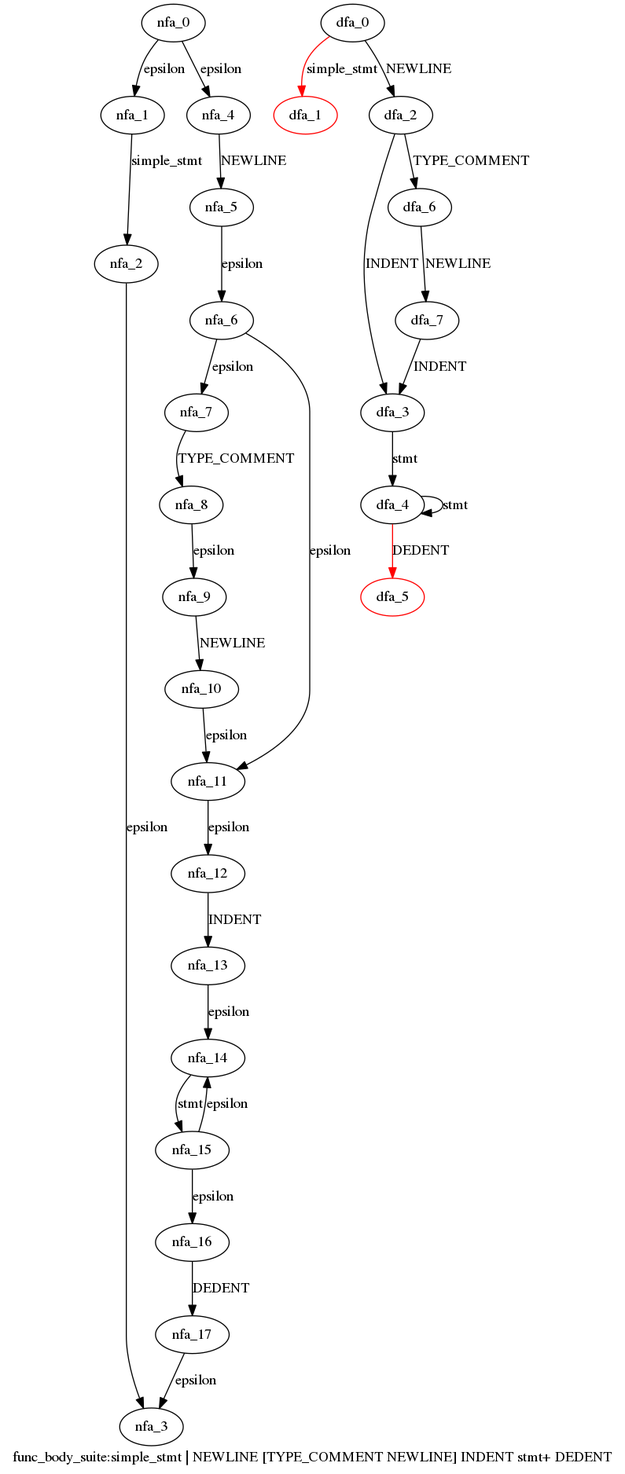
The Graphviz diagram cpython/grammar/handwrite/nfa_dfas/88.func_body_suite.dot.png in WinChua/blog, before a commit. Its source is kept beside it as cpython/grammar/handwrite/nfa_dfas/88.func_body_suite.dot.
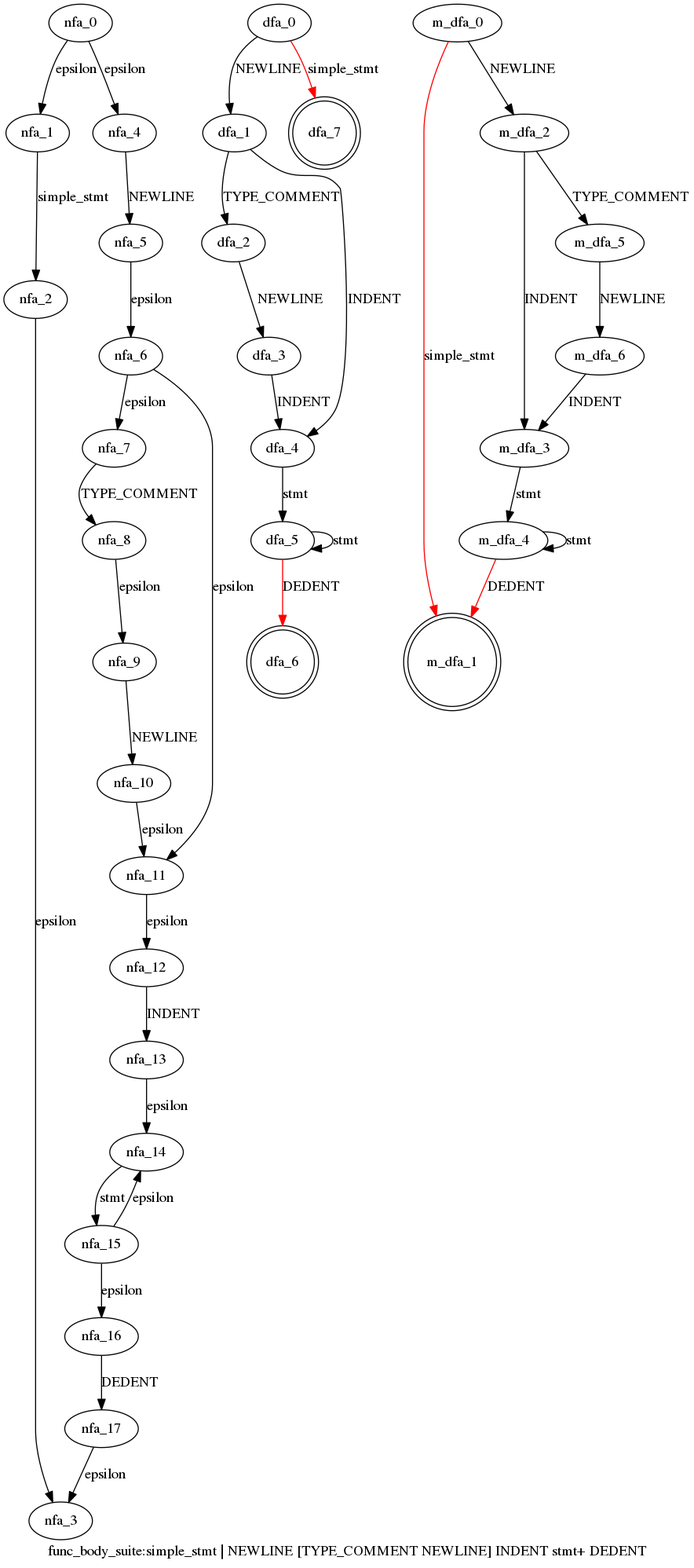
Later version of the same file.

The edit, as a diff of the source:
```diff
@@ -23,16 +23,28 @@
   nfa_6->nfa_11[label="epsilon"]
   }
  subgraph func_body_suite_dfa {
-  dfa_0->dfa_1[label="simple_stmt",color=red]
-  dfa_0->dfa_2[label="NEWLINE"]
-  dfa_2->dfa_3[label="INDENT"]
-  dfa_3->dfa_4[label="stmt"]
-  dfa_4->dfa_4[label="stmt"]
-  dfa_4->dfa_5[label="DEDENT",color=red]
-  dfa_2->dfa_6[label="TYPE_COMMENT"]
-  dfa_6->dfa_7[label="NEWLINE"]
-  dfa_7->dfa_3[label="INDENT"]
-  dfa_1[color=red]
-  dfa_5[color=red]
+  dfa_0->dfa_1[label="NEWLINE"]
+  dfa_1->dfa_2[label="TYPE_COMMENT"]
+  dfa_2->dfa_3[label="NEWLINE"]
+  dfa_3->dfa_4[label="INDENT"]
+  dfa_4->dfa_5[label="stmt"]
+  dfa_5->dfa_6[label="DEDENT",color=red]
+  dfa_5->dfa_5[label="stmt"]
+  dfa_1->dfa_4[label="INDENT"]
+  dfa_0->dfa_7[label="simple_stmt",color=red]
+  dfa_6[shape=doublecircle]
+  dfa_7[shape=doublecircle]
+  }
+ subgraph func_body_suite_m_dfa {
+  m_dfa_0->m_dfa_1[label="simple_stmt",color=red]
+  m_dfa_0->m_dfa_2[label="NEWLINE"]
+  m_dfa_2->m_dfa_3[label="INDENT"]
+  m_dfa_3->m_dfa_4[label="stmt"]
+  m_dfa_4->m_dfa_1[label="DEDENT",color=red]
+  m_dfa_4->m_dfa_4[label="stmt"]
+  m_dfa_2->m_dfa_5[label="TYPE_COMMENT"]
+  m_dfa_5->m_dfa_6[label="NEWLINE"]
+  m_dfa_6->m_dfa_3[label="INDENT"]
+  m_dfa_1[shape=doublecircle]
   }
 }
```
